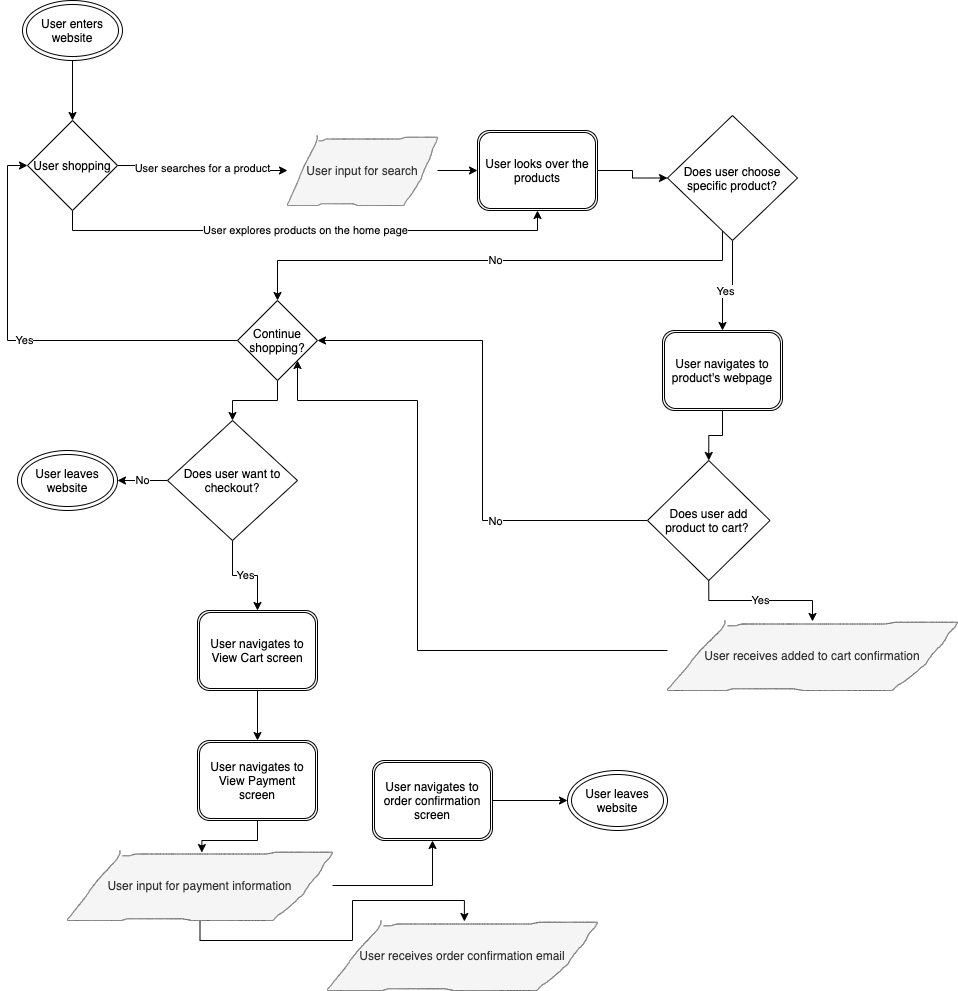
This is explore/diagramming/diagram.drawio.png from justinnguyen0/fa21-cse110-lab4, a draw.io export, as it was before one commit. Source tidied: cells renumbered, new cells last; positions are measured from the earlier drawing's top-left corner, leaving out a move shared by most shapes.
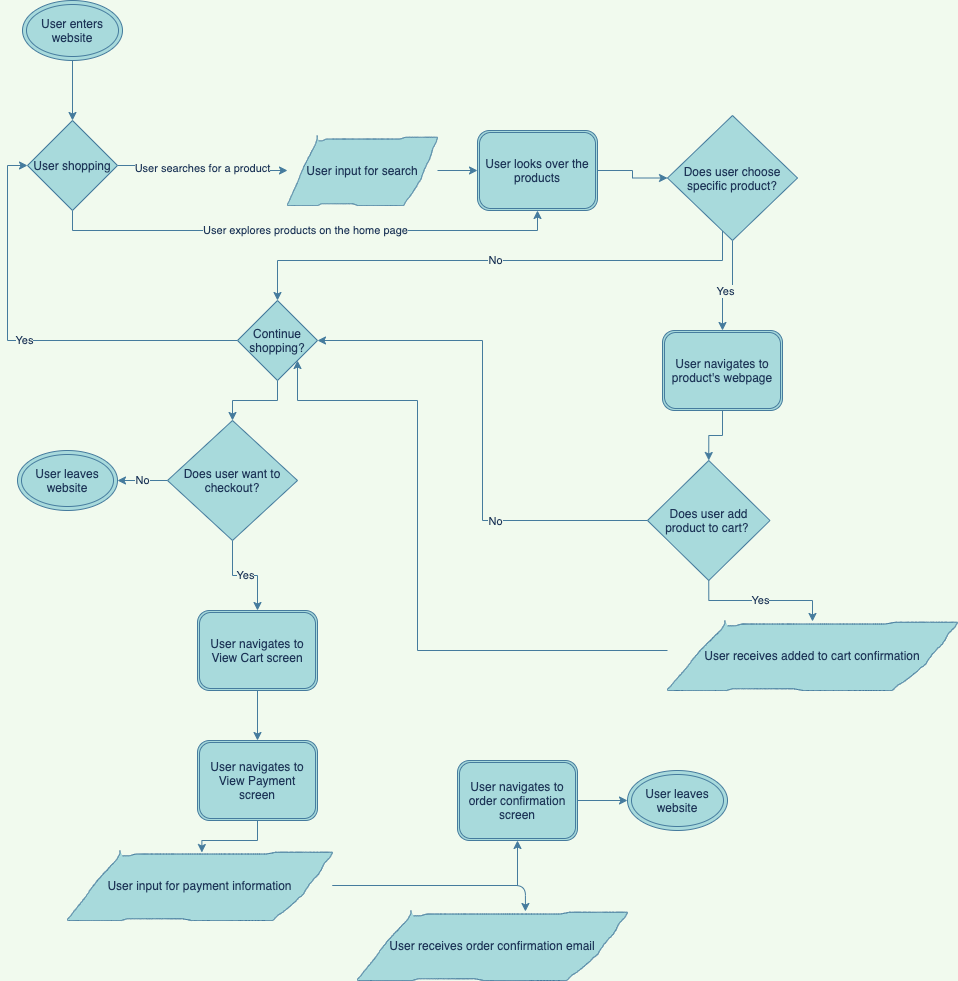
After the commit.

Commit message:
modifying diagram

Change to the diagram source:
```diff
@@ -1,35 +1,35 @@
-<mxGraphModel>
+<mxGraphModel background="#F1FAEE">
   <root>
     <mxCell id="0" />
     <mxCell id="1" parent="0" />
-    <mxCell id="2" style="edgeStyle=orthogonalEdgeStyle;rounded=0;jettySize=auto;html=1;entryX=0.5;entryY=0;entryDx=0;entryDy=0;" parent="1" edge="1" source="3" target="6">
+    <mxCell id="2" style="edgeStyle=orthogonalEdgeStyle;rounded=0;jettySize=auto;html=1;entryX=0.5;entryY=0;entryDx=0;entryDy=0;labelBackgroundColor=#F1FAEE;strokeColor=#457B9D;fontColor=#1D3557;" parent="1" edge="1" source="3" target="6">
       <mxGeometry relative="1" as="geometry" />
     </mxCell>
-    <mxCell id="3" value="User enters website" style="ellipse;shape=doubleEllipse;whiteSpace=wrap;html=1;" parent="1" vertex="1">
+    <mxCell id="3" value="User enters website" style="ellipse;shape=doubleEllipse;whiteSpace=wrap;html=1;fillColor=#A8DADC;strokeColor=#457B9D;fontColor=#1D3557;" parent="1" vertex="1">
       <mxGeometry x="5" width="100" height="60" as="geometry" />
     </mxCell>
-    <mxCell id="4" value="User searches for a product" style="edgeStyle=orthogonalEdgeStyle;rounded=0;jettySize=auto;html=1;" parent="1" edge="1" source="6" target="8">
+    <mxCell id="4" value="User searches for a product" style="edgeStyle=orthogonalEdgeStyle;rounded=0;jettySize=auto;html=1;labelBackgroundColor=#F1FAEE;strokeColor=#457B9D;fontColor=#1D3557;" parent="1" edge="1" source="6" target="8">
       <mxGeometry relative="1" as="geometry" />
     </mxCell>
-    <mxCell id="5" value="User explores products on the home page" style="edgeStyle=orthogonalEdgeStyle;rounded=0;jettySize=auto;html=1;exitX=0.5;exitY=1;exitDx=0;exitDy=0;entryX=0.5;entryY=1;entryDx=0;entryDy=0;" parent="1" edge="1" source="6" target="10">
+    <mxCell id="5" value="User explores products on the home page" style="edgeStyle=orthogonalEdgeStyle;rounded=0;jettySize=auto;html=1;exitX=0.5;exitY=1;exitDx=0;exitDy=0;entryX=0.5;entryY=1;entryDx=0;entryDy=0;labelBackgroundColor=#F1FAEE;strokeColor=#457B9D;fontColor=#1D3557;" parent="1" edge="1" source="6" target="10">
       <mxGeometry relative="1" as="geometry" />
     </mxCell>
-    <mxCell id="6" value="User shopping" style="rhombus;whiteSpace=wrap;html=1;" parent="1" vertex="1">
+    <mxCell id="6" value="User shopping" style="rhombus;whiteSpace=wrap;html=1;fillColor=#A8DADC;strokeColor=#457B9D;fontColor=#1D3557;" parent="1" vertex="1">
       <mxGeometry x="10" y="120" width="90" height="90" as="geometry" />
     </mxCell>
-    <mxCell id="7" style="edgeStyle=orthogonalEdgeStyle;rounded=0;jettySize=auto;html=1;entryX=0;entryY=0.5;entryDx=0;entryDy=0;" parent="1" edge="1" source="8" target="10">
+    <mxCell id="7" style="edgeStyle=orthogonalEdgeStyle;rounded=0;jettySize=auto;html=1;entryX=0;entryY=0.5;entryDx=0;entryDy=0;labelBackgroundColor=#F1FAEE;strokeColor=#457B9D;fontColor=#1D3557;" parent="1" edge="1" source="8" target="10">
       <mxGeometry relative="1" as="geometry" />
     </mxCell>
-    <mxCell id="8" value="User input for search" style="shape=(stored shape, 4872 characters);fillColor=#f5f5f5;strokeColor=#666666;fontColor=#333333;" parent="1" vertex="1">
+    <mxCell id="8" value="User input for search" style="shape=(stored shape, 4872 characters);fillColor=#A8DADC;strokeColor=#457B9D;fontColor=#1D3557;" parent="1" vertex="1">
       <mxGeometry x="270" y="135" width="150" height="70" as="geometry" />
     </mxCell>
-    <mxCell id="9" style="edgeStyle=orthogonalEdgeStyle;rounded=0;jettySize=auto;html=1;entryX=0;entryY=0.5;entryDx=0;entryDy=0;" parent="1" edge="1" source="10" target="14">
+    <mxCell id="9" style="edgeStyle=orthogonalEdgeStyle;rounded=0;jettySize=auto;html=1;entryX=0;entryY=0.5;entryDx=0;entryDy=0;labelBackgroundColor=#F1FAEE;strokeColor=#457B9D;fontColor=#1D3557;" parent="1" edge="1" source="10" target="14">
       <mxGeometry relative="1" as="geometry" />
     </mxCell>
-    <mxCell id="10" value="User looks over the products" style="shape=ext;double=1;rounded=1;whiteSpace=wrap;html=1;" parent="1" vertex="1">
+    <mxCell id="10" value="User looks over the products" style="shape=ext;double=1;rounded=1;whiteSpace=wrap;html=1;fillColor=#A8DADC;strokeColor=#457B9D;fontColor=#1D3557;" parent="1" vertex="1">
       <mxGeometry x="460" y="130" width="120" height="80" as="geometry" />
     </mxCell>
-    <mxCell id="11" value="No" style="edgeStyle=orthogonalEdgeStyle;rounded=0;jettySize=auto;html=1;entryX=0.5;entryY=0;entryDx=0;entryDy=0;" parent="1" edge="1" source="14" target="17">
+    <mxCell id="11" value="No" style="edgeStyle=orthogonalEdgeStyle;rounded=0;jettySize=auto;html=1;entryX=0.5;entryY=0;entryDx=0;entryDy=0;labelBackgroundColor=#F1FAEE;strokeColor=#457B9D;fontColor=#1D3557;" parent="1" edge="1" source="14" target="17">
       <mxGeometry relative="1" as="geometry">
         <Array as="points">
           <mxPoint x="705" y="260" />
@@ -37,45 +37,45 @@
         </Array>
       </mxGeometry>
     </mxCell>
-    <mxCell id="12" style="edgeStyle=orthogonalEdgeStyle;rounded=0;jettySize=auto;html=1;exitX=0.5;exitY=1;exitDx=0;exitDy=0;entryX=0.5;entryY=0;entryDx=0;entryDy=0;" parent="1" edge="1" source="14" target="19">
+    <mxCell id="12" style="edgeStyle=orthogonalEdgeStyle;rounded=0;jettySize=auto;html=1;exitX=0.5;exitY=1;exitDx=0;exitDy=0;entryX=0.5;entryY=0;entryDx=0;entryDy=0;labelBackgroundColor=#F1FAEE;strokeColor=#457B9D;fontColor=#1D3557;" parent="1" edge="1" source="14" target="19">
       <mxGeometry relative="1" as="geometry" />
     </mxCell>
-    <mxCell id="13" value="Yes" style="edgeLabel;html=1;align=center;verticalAlign=middle;" parent="12" vertex="1">
+    <mxCell id="13" value="Yes" style="edgeLabel;html=1;align=center;verticalAlign=middle;labelBackgroundColor=#F1FAEE;fontColor=#1D3557;" parent="12" vertex="1">
       <mxGeometry x="0.2" y="2" relative="1" as="geometry" />
     </mxCell>
-    <mxCell id="14" value="Does user choose specific product?" style="rhombus;whiteSpace=wrap;html=1;" parent="1" vertex="1">
+    <mxCell id="14" value="Does user choose specific product?" style="rhombus;whiteSpace=wrap;html=1;fillColor=#A8DADC;strokeColor=#457B9D;fontColor=#1D3557;" parent="1" vertex="1">
       <mxGeometry x="650" y="115" width="130" height="125" as="geometry" />
     </mxCell>
-    <mxCell id="15" value="Yes" style="edgeStyle=orthogonalEdgeStyle;rounded=0;jettySize=auto;html=1;exitX=0;exitY=0.5;exitDx=0;exitDy=0;entryX=0;entryY=0.5;entryDx=0;entryDy=0;" parent="1" edge="1" source="17" target="6">
+    <mxCell id="15" value="Yes" style="edgeStyle=orthogonalEdgeStyle;rounded=0;jettySize=auto;html=1;exitX=0;exitY=0.5;exitDx=0;exitDy=0;entryX=0;entryY=0.5;entryDx=0;entryDy=0;labelBackgroundColor=#F1FAEE;strokeColor=#457B9D;fontColor=#1D3557;" parent="1" edge="1" source="17" target="6">
       <mxGeometry relative="1" as="geometry" />
     </mxCell>
-    <mxCell id="16" style="edgeStyle=orthogonalEdgeStyle;rounded=0;jettySize=auto;html=1;entryX=0.5;entryY=0;entryDx=0;entryDy=0;" parent="1" edge="1" source="17" target="28">
+    <mxCell id="16" style="edgeStyle=orthogonalEdgeStyle;rounded=0;jettySize=auto;html=1;entryX=0.5;entryY=0;entryDx=0;entryDy=0;labelBackgroundColor=#F1FAEE;strokeColor=#457B9D;fontColor=#1D3557;" parent="1" edge="1" source="17" target="28">
       <mxGeometry relative="1" as="geometry" />
     </mxCell>
-    <mxCell id="17" value="Continue shopping?" style="rhombus;whiteSpace=wrap;html=1;" parent="1" vertex="1">
+    <mxCell id="17" value="Continue shopping?" style="rhombus;whiteSpace=wrap;html=1;fillColor=#A8DADC;strokeColor=#457B9D;fontColor=#1D3557;" parent="1" vertex="1">
       <mxGeometry x="220" y="300" width="80" height="80" as="geometry" />
     </mxCell>
-    <mxCell id="18" style="edgeStyle=orthogonalEdgeStyle;rounded=0;jettySize=auto;html=1;exitX=0.5;exitY=1;exitDx=0;exitDy=0;entryX=0.5;entryY=0;entryDx=0;entryDy=0;" parent="1" edge="1" source="19" target="23">
+    <mxCell id="18" style="edgeStyle=orthogonalEdgeStyle;rounded=0;jettySize=auto;html=1;exitX=0.5;exitY=1;exitDx=0;exitDy=0;entryX=0.5;entryY=0;entryDx=0;entryDy=0;labelBackgroundColor=#F1FAEE;strokeColor=#457B9D;fontColor=#1D3557;" parent="1" edge="1" source="19" target="23">
       <mxGeometry relative="1" as="geometry" />
     </mxCell>
-    <mxCell id="19" value="User navigates to product's webpage" style="shape=ext;double=1;rounded=1;whiteSpace=wrap;html=1;" parent="1" vertex="1">
+    <mxCell id="19" value="User navigates to product's webpage" style="shape=ext;double=1;rounded=1;whiteSpace=wrap;html=1;fillColor=#A8DADC;strokeColor=#457B9D;fontColor=#1D3557;" parent="1" vertex="1">
       <mxGeometry x="645" y="330" width="120" height="80" as="geometry" />
     </mxCell>
-    <mxCell id="20" style="edgeStyle=orthogonalEdgeStyle;rounded=0;jettySize=auto;html=1;entryX=1;entryY=0.5;entryDx=0;entryDy=0;" parent="1" edge="1" source="23" target="17">
+    <mxCell id="20" style="edgeStyle=orthogonalEdgeStyle;rounded=0;jettySize=auto;html=1;entryX=1;entryY=0.5;entryDx=0;entryDy=0;labelBackgroundColor=#F1FAEE;strokeColor=#457B9D;fontColor=#1D3557;" parent="1" edge="1" source="23" target="17">
       <mxGeometry relative="1" as="geometry" />
     </mxCell>
-    <mxCell id="21" value="No" style="edgeLabel;html=1;align=center;verticalAlign=middle;" parent="20" vertex="1">
+    <mxCell id="21" value="No" style="edgeLabel;html=1;align=center;verticalAlign=middle;labelBackgroundColor=#F1FAEE;fontColor=#1D3557;" parent="20" vertex="1">
       <mxGeometry x="-0.4" relative="1" as="geometry">
         <mxPoint x="1" as="offset" />
       </mxGeometry>
     </mxCell>
-    <mxCell id="22" value="Yes" style="edgeStyle=orthogonalEdgeStyle;rounded=0;jettySize=auto;html=1;exitX=0.5;exitY=1;exitDx=0;exitDy=0;entryX=0.5;entryY=0.014;entryDx=0;entryDy=0;entryPerimeter=0;" parent="1" edge="1" source="23" target="25">
+    <mxCell id="22" value="Yes" style="edgeStyle=orthogonalEdgeStyle;rounded=0;jettySize=auto;html=1;exitX=0.5;exitY=1;exitDx=0;exitDy=0;entryX=0.5;entryY=0.014;entryDx=0;entryDy=0;entryPerimeter=0;labelBackgroundColor=#F1FAEE;strokeColor=#457B9D;fontColor=#1D3557;" parent="1" edge="1" source="23" target="25">
       <mxGeometry relative="1" as="geometry" />
     </mxCell>
-    <mxCell id="23" value="Does user add product to cart?&amp;nbsp;" style="rhombus;whiteSpace=wrap;html=1;" parent="1" vertex="1">
+    <mxCell id="23" value="Does user add product to cart?&amp;nbsp;" style="rhombus;whiteSpace=wrap;html=1;fillColor=#A8DADC;strokeColor=#457B9D;fontColor=#1D3557;" parent="1" vertex="1">
       <mxGeometry x="630" y="460" width="122.5" height="120" as="geometry" />
     </mxCell>
-    <mxCell id="24" style="edgeStyle=orthogonalEdgeStyle;rounded=0;jettySize=auto;html=1;entryX=1;entryY=1;entryDx=0;entryDy=0;" parent="1" edge="1" source="25" target="17">
+    <mxCell id="24" style="edgeStyle=orthogonalEdgeStyle;rounded=0;jettySize=auto;html=1;entryX=1;entryY=1;entryDx=0;entryDy=0;labelBackgroundColor=#F1FAEE;strokeColor=#457B9D;fontColor=#1D3557;" parent="1" edge="1" source="25" target="17">
       <mxGeometry relative="1" as="geometry">
         <Array as="points">
           <mxPoint x="400" y="650" />
@@ -84,53 +84,53 @@
         </Array>
       </mxGeometry>
     </mxCell>
-    <mxCell id="25" value="User receives added to cart confirmation" style="shape=(stored shape, 4872 characters);fillColor=#f5f5f5;strokeColor=#666666;fontColor=#333333;" parent="1" vertex="1">
+    <mxCell id="25" value="User receives added to cart confirmation" style="shape=(stored shape, 4872 characters);fillColor=#A8DADC;strokeColor=#457B9D;fontColor=#1D3557;" parent="1" vertex="1">
       <mxGeometry x="650" y="620" width="290" height="70" as="geometry" />
     </mxCell>
-    <mxCell id="26" value="No" style="edgeStyle=orthogonalEdgeStyle;rounded=0;jettySize=auto;html=1;entryX=1;entryY=0.5;entryDx=0;entryDy=0;" parent="1" edge="1" source="28" target="29">
+    <mxCell id="26" value="No" style="edgeStyle=orthogonalEdgeStyle;rounded=0;jettySize=auto;html=1;entryX=1;entryY=0.5;entryDx=0;entryDy=0;labelBackgroundColor=#F1FAEE;strokeColor=#457B9D;fontColor=#1D3557;" parent="1" edge="1" source="28" target="29">
       <mxGeometry relative="1" as="geometry" />
     </mxCell>
-    <mxCell id="27" value="Yes" style="edgeStyle=orthogonalEdgeStyle;rounded=0;jettySize=auto;html=1;entryX=0.5;entryY=0;entryDx=0;entryDy=0;" parent="1" edge="1" source="28" target="31">
+    <mxCell id="27" value="Yes" style="edgeStyle=orthogonalEdgeStyle;rounded=0;jettySize=auto;html=1;entryX=0.5;entryY=0;entryDx=0;entryDy=0;labelBackgroundColor=#F1FAEE;strokeColor=#457B9D;fontColor=#1D3557;" parent="1" edge="1" source="28" target="31">
       <mxGeometry relative="1" as="geometry" />
     </mxCell>
-    <mxCell id="28" value="Does user want to checkout?" style="rhombus;whiteSpace=wrap;html=1;" parent="1" vertex="1">
+    <mxCell id="28" value="Does user want to checkout?" style="rhombus;whiteSpace=wrap;html=1;fillColor=#A8DADC;strokeColor=#457B9D;fontColor=#1D3557;" parent="1" vertex="1">
       <mxGeometry x="150" y="420" width="130" height="120" as="geometry" />
     </mxCell>
-    <mxCell id="29" value="User leaves website" style="ellipse;shape=doubleEllipse;whiteSpace=wrap;html=1;" parent="1" vertex="1">
+    <mxCell id="29" value="User leaves website" style="ellipse;shape=doubleEllipse;whiteSpace=wrap;html=1;fillColor=#A8DADC;strokeColor=#457B9D;fontColor=#1D3557;" parent="1" vertex="1">
       <mxGeometry y="450" width="100" height="60" as="geometry" />
     </mxCell>
-    <mxCell id="30" style="edgeStyle=orthogonalEdgeStyle;rounded=0;jettySize=auto;html=1;entryX=0.5;entryY=0;entryDx=0;entryDy=0;" parent="1" edge="1" source="31" target="33">
+    <mxCell id="30" style="edgeStyle=orthogonalEdgeStyle;rounded=0;jettySize=auto;html=1;entryX=0.5;entryY=0;entryDx=0;entryDy=0;labelBackgroundColor=#F1FAEE;strokeColor=#457B9D;fontColor=#1D3557;" parent="1" edge="1" source="31" target="33">
       <mxGeometry relative="1" as="geometry" />
     </mxCell>
-    <mxCell id="31" value="User navigates to View Cart screen" style="shape=ext;double=1;rounded=1;whiteSpace=wrap;html=1;" parent="1" vertex="1">
+    <mxCell id="31" value="User navigates to View Cart screen" style="shape=ext;double=1;rounded=1;whiteSpace=wrap;html=1;fillColor=#A8DADC;strokeColor=#457B9D;fontColor=#1D3557;" parent="1" vertex="1">
       <mxGeometry x="180" y="610" width="120" height="80" as="geometry" />
     </mxCell>
-    <mxCell id="32" style="edgeStyle=orthogonalEdgeStyle;rounded=0;jettySize=auto;html=1;entryX=0.507;entryY=0.029;entryDx=0;entryDy=0;entryPerimeter=0;" parent="1" edge="1" source="33" target="36">
+    <mxCell id="32" style="edgeStyle=orthogonalEdgeStyle;rounded=0;jettySize=auto;html=1;entryX=0.507;entryY=0.029;entryDx=0;entryDy=0;entryPerimeter=0;labelBackgroundColor=#F1FAEE;strokeColor=#457B9D;fontColor=#1D3557;" parent="1" edge="1" source="33" target="36">
       <mxGeometry relative="1" as="geometry" />
     </mxCell>
-    <mxCell id="33" value="User navigates to View Payment screen" style="shape=ext;double=1;rounded=1;whiteSpace=wrap;html=1;" parent="1" vertex="1">
+    <mxCell id="33" value="User navigates to View Payment screen" style="shape=ext;double=1;rounded=1;whiteSpace=wrap;html=1;fillColor=#A8DADC;strokeColor=#457B9D;fontColor=#1D3557;" parent="1" vertex="1">
       <mxGeometry x="180" y="740" width="120" height="80" as="geometry" />
     </mxCell>
+    <mxCell id="35" style="edgeStyle=orthogonalEdgeStyle;rounded=0;jettySize=auto;html=1;entryX=0.5;entryY=1;entryDx=0;entryDy=0;labelBackgroundColor=#F1FAEE;strokeColor=#457B9D;fontColor=#1D3557;" parent="1" edge="1" source="36" target="39">
+      <mxGeometry relative="1" as="geometry" />
+    </mxCell>
-    <mxCell id="34" style="edgeStyle=orthogonalEdgeStyle;rounded=0;jettySize=auto;html=1;entryX=0.507;entryY=0.014;entryDx=0;entryDy=0;entryPerimeter=0;" parent="1" edge="1" source="36" target="37">
+    <mxCell id="34" style="edgeStyle=orthogonalEdgeStyle;curved=0;rounded=1;sketch=0;jettySize=auto;html=1;entryX=0.622;entryY=0.014;entryDx=0;entryDy=0;entryPerimeter=0;fontColor=#1D3557;strokeColor=#457B9D;fillColor=#A8DADC;" parent="1" edge="1" source="36" target="37">
       <mxGeometry relative="1" as="geometry" />
     </mxCell>
-    <mxCell id="35" style="edgeStyle=orthogonalEdgeStyle;rounded=0;jettySize=auto;html=1;entryX=0.5;entryY=1;entryDx=0;entryDy=0;" parent="1" edge="1" source="36" target="39">
-      <mxGeometry relative="1" as="geometry" />
-    </mxCell>
-    <mxCell id="36" value="User input for payment information" style="shape=(stored shape, 4872 characters);fillColor=#f5f5f5;strokeColor=#666666;fontColor=#333333;" parent="1" vertex="1">
+    <mxCell id="36" value="User input for payment information" style="shape=(stored shape, 4872 characters);fillColor=#A8DADC;strokeColor=#457B9D;fontColor=#1D3557;" parent="1" vertex="1">
       <mxGeometry x="50" y="850" width="265" height="70" as="geometry" />
     </mxCell>
-    <mxCell id="37" value="User receives order confirmation email" style="shape=(stored shape, 4872 characters);fillColor=#f5f5f5;strokeColor=#666666;fontColor=#333333;" parent="1" vertex="1">
-      <mxGeometry x="310" y="920" width="270" height="70" as="geometry" />
+    <mxCell id="37" value="User receives order confirmation email" style="shape=(stored shape, 4872 characters);fillColor=#A8DADC;strokeColor=#457B9D;fontColor=#1D3557;" parent="1" vertex="1">
+      <mxGeometry x="340" y="910" width="270" height="70" as="geometry" />
     </mxCell>
-    <mxCell id="38" style="edgeStyle=orthogonalEdgeStyle;rounded=0;jettySize=auto;html=1;entryX=0;entryY=0.5;entryDx=0;entryDy=0;" parent="1" edge="1" source="39" target="40">
+    <mxCell id="38" style="edgeStyle=orthogonalEdgeStyle;rounded=0;jettySize=auto;html=1;entryX=0;entryY=0.5;entryDx=0;entryDy=0;labelBackgroundColor=#F1FAEE;strokeColor=#457B9D;fontColor=#1D3557;" parent="1" edge="1" source="39" target="40">
       <mxGeometry relative="1" as="geometry" />
     </mxCell>
-    <mxCell id="39" value="User navigates to order confirmation screen" style="shape=ext;double=1;rounded=1;whiteSpace=wrap;html=1;" parent="1" vertex="1">
-      <mxGeometry x="355" y="760" width="120" height="80" as="geometry" />
+    <mxCell id="39" value="User navigates to order confirmation screen" style="shape=ext;double=1;rounded=1;whiteSpace=wrap;html=1;fillColor=#A8DADC;strokeColor=#457B9D;fontColor=#1D3557;" parent="1" vertex="1">
+      <mxGeometry x="440" y="760" width="120" height="80" as="geometry" />
     </mxCell>
-    <mxCell id="40" value="User leaves website" style="ellipse;shape=doubleEllipse;whiteSpace=wrap;html=1;" parent="1" vertex="1">
-      <mxGeometry x="550" y="770" width="100" height="60" as="geometry" />
+    <mxCell id="40" value="User leaves website" style="ellipse;shape=doubleEllipse;whiteSpace=wrap;html=1;fillColor=#A8DADC;strokeColor=#457B9D;fontColor=#1D3557;" parent="1" vertex="1">
+      <mxGeometry x="610" y="770" width="100" height="60" as="geometry" />
     </mxCell>
   </root>
 </mxGraphModel>
```
